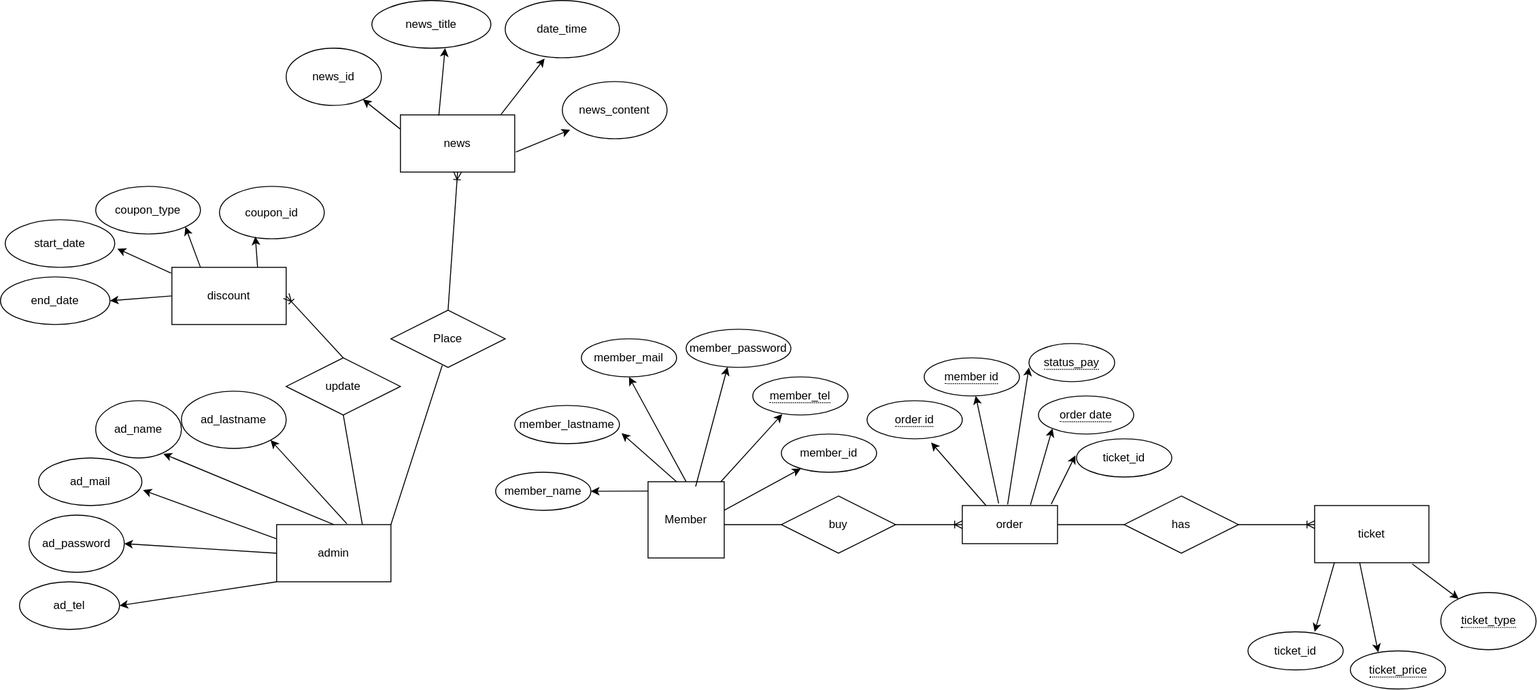
Earlier version of the draw.io export ER.drawio.svg (Jhutatip/Project_kao). Source tidied: cells renumbered, new cells last; positions are measured from the earlier drawing's top-left corner, leaving out a move shared by most shapes.
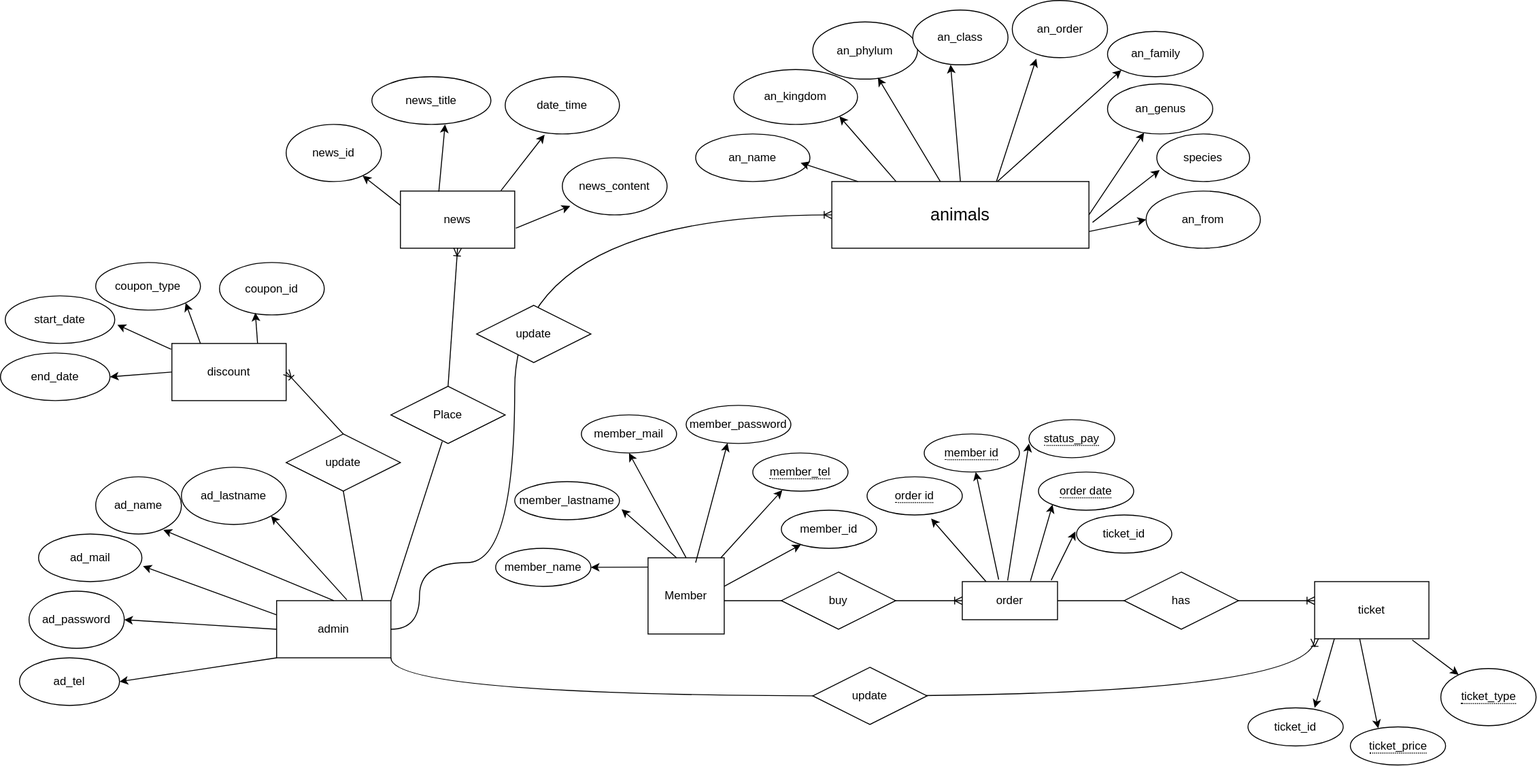
After the change.

Diff of the diagram source:
```diff
@@ -242,5 +242,88 @@
     <mxCell id="74" style="endArrow=none;html=1;rounded=0;entryX=0.449;entryY=0.965;entryDx=0;entryDy=0;entryPerimeter=0;exitX=1;exitY=0;exitDx=0;exitDy=0;" parent="1" edge="1" source="3" target="73">
       <mxGeometry relative="1" as="geometry" />
     </mxCell>
+    <mxCell id="75" value="&lt;span style=&quot;font-size: 18px;&quot;&gt;animals&lt;/span&gt;" style="rounded=0;whiteSpace=wrap;html=1;" parent="1" vertex="1">
+      <mxGeometry x="873" y="110" width="270" height="70" as="geometry" />
+    </mxCell>
+    <mxCell id="76" value="an_family" style="ellipse;whiteSpace=wrap;html=1;" parent="1" vertex="1">
+      <mxGeometry x="1162.5" y="-47.5" width="100.5" height="47.5" as="geometry" />
+    </mxCell>
+    <mxCell id="77" value="an_kingdom" style="ellipse;whiteSpace=wrap;html=1;" parent="1" vertex="1">
+      <mxGeometry x="770" y="-7.5" width="130" height="57.5" as="geometry" />
+    </mxCell>
+    <mxCell id="78" value="an_genus" style="ellipse;whiteSpace=wrap;html=1;" parent="1" vertex="1">
+      <mxGeometry x="1162.5" y="7.5" width="110.5" height="52.5" as="geometry" />
+    </mxCell>
+    <mxCell id="79" value="an_phylum" style="ellipse;whiteSpace=wrap;html=1;" parent="1" vertex="1">
+      <mxGeometry x="853" y="-57.5" width="110" height="60" as="geometry" />
+    </mxCell>
+    <mxCell id="80" style="edgeStyle=orthogonalEdgeStyle;fontSize=12;html=1;endArrow=ERoneToMany;rounded=0;exitX=1;exitY=1;exitDx=0;exitDy=0;entryX=0;entryY=1;entryDx=0;entryDy=0;curved=1;" parent="1" edge="1" source="3" target="37">
+      <mxGeometry relative="1" as="geometry">
+        <Array as="points">
+          <mxPoint x="410" y="650" />
+          <mxPoint x="1380" y="650" />
+        </Array>
+      </mxGeometry>
+    </mxCell>
+    <mxCell id="81" style="endArrow=classic;html=1;rounded=0;entryX=0;entryY=1;entryDx=0;entryDy=0;" parent="1" edge="1" source="75" target="76">
+      <mxGeometry relative="1" as="geometry" />
+    </mxCell>
+    <mxCell id="82" style="endArrow=classic;html=1;rounded=0;exitX=1;exitY=0.5;exitDx=0;exitDy=0;" parent="1" edge="1" source="75" target="78">
+      <mxGeometry relative="1" as="geometry" />
+    </mxCell>
+    <mxCell id="83" value="species" style="ellipse;whiteSpace=wrap;html=1;" parent="1" vertex="1">
+      <mxGeometry x="1214.2" y="60" width="97.5" height="50" as="geometry" />
+    </mxCell>
+    <mxCell id="84" value="an_class" style="ellipse;whiteSpace=wrap;html=1;" parent="1" vertex="1">
+      <mxGeometry x="958" y="-70" width="100" height="57.5" as="geometry" />
+    </mxCell>
+    <mxCell id="85" value="an_order" style="ellipse;whiteSpace=wrap;html=1;" parent="1" vertex="1">
+      <mxGeometry x="1062.5" y="-80" width="100" height="60" as="geometry" />
+    </mxCell>
+    <mxCell id="86" value="an_name" style="ellipse;whiteSpace=wrap;html=1;" parent="1" vertex="1">
+      <mxGeometry x="730" y="60" width="120" height="50" as="geometry" />
+    </mxCell>
+    <mxCell id="87" value="an_from" style="ellipse;whiteSpace=wrap;html=1;" parent="1" vertex="1">
+      <mxGeometry x="1203" y="120" width="120" height="60" as="geometry" />
+    </mxCell>
+    <mxCell id="88" style="endArrow=classic;html=1;rounded=0;entryX=0;entryY=0.5;entryDx=0;entryDy=0;exitX=1;exitY=0.75;exitDx=0;exitDy=0;" parent="1" edge="1" source="75" target="87">
+      <mxGeometry relative="1" as="geometry" />
+    </mxCell>
+    <mxCell id="89" style="endArrow=classic;html=1;rounded=0;entryX=0.031;entryY=0.759;entryDx=0;entryDy=0;entryPerimeter=0;exitX=1.014;exitY=0.612;exitDx=0;exitDy=0;exitPerimeter=0;" parent="1" edge="1" source="75" target="83">
+      <mxGeometry relative="1" as="geometry" />
+    </mxCell>
+    <mxCell id="90" style="endArrow=classic;html=1;rounded=0;entryX=0.252;entryY=1.017;entryDx=0;entryDy=0;entryPerimeter=0;exitX=0.64;exitY=0.001;exitDx=0;exitDy=0;exitPerimeter=0;" parent="1" edge="1" source="75" target="85">
+      <mxGeometry relative="1" as="geometry" />
+    </mxCell>
+    <mxCell id="91" style="endArrow=classic;html=1;rounded=0;entryX=0.397;entryY=0.998;entryDx=0;entryDy=0;entryPerimeter=0;exitX=0.5;exitY=0;exitDx=0;exitDy=0;" parent="1" edge="1" source="75" target="84">
+      <mxGeometry relative="1" as="geometry" />
+    </mxCell>
+    <mxCell id="92" style="endArrow=classic;html=1;rounded=0;entryX=0.622;entryY=0.975;entryDx=0;entryDy=0;entryPerimeter=0;" parent="1" edge="1" source="75" target="79">
+      <mxGeometry relative="1" as="geometry" />
+    </mxCell>
+    <mxCell id="93" style="endArrow=classic;html=1;rounded=0;entryX=1;entryY=1;entryDx=0;entryDy=0;exitX=0.25;exitY=0;exitDx=0;exitDy=0;" parent="1" edge="1" source="75" target="77">
+      <mxGeometry relative="1" as="geometry" />
+    </mxCell>
+    <mxCell id="94" style="endArrow=classic;html=1;rounded=0;" parent="1" edge="1" source="75">
+      <mxGeometry relative="1" as="geometry">
+        <mxPoint x="840.3" y="90.4" as="targetPoint" />
+      </mxGeometry>
+    </mxCell>
+    <mxCell id="95" style="edgeStyle=orthogonalEdgeStyle;fontSize=12;html=1;endArrow=ERoneToMany;rounded=0;exitX=1;exitY=0.5;exitDx=0;exitDy=0;entryX=0;entryY=0.5;entryDx=0;entryDy=0;curved=1;" parent="1" edge="1" source="3" target="75">
+      <mxGeometry relative="1" as="geometry">
+        <Array as="points">
+          <mxPoint x="440" y="580" />
+          <mxPoint x="440" y="510" />
+          <mxPoint x="540" y="510" />
+          <mxPoint x="540" y="145" />
+        </Array>
+      </mxGeometry>
+    </mxCell>
+    <mxCell id="96" value="update" style="shape=rhombus;perimeter=rhombusPerimeter;whiteSpace=wrap;html=1;align=center;" parent="1" vertex="1">
+      <mxGeometry x="500" y="240" width="120" height="60" as="geometry" />
+    </mxCell>
+    <mxCell id="97" value="update" style="shape=rhombus;perimeter=rhombusPerimeter;whiteSpace=wrap;html=1;align=center;" parent="1" vertex="1">
+      <mxGeometry x="853" y="620" width="120" height="60" as="geometry" />
+    </mxCell>
   </root>
 </mxGraphModel>
```
